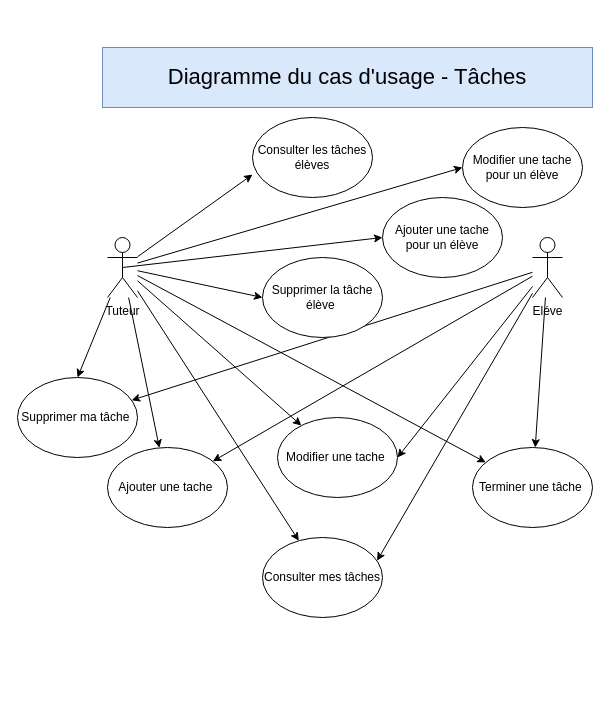
The draw.io diagram page "Tâches" (4 of 5) of P10Uml.drawio in tetyanachouteau/P10LHome, before the edit. Source tidied: cells renumbered, new cells numbered last; positions are measured from the earlier drawing's top-left corner, leaving out a move shared by most shapes. Both pictures are drawn from the tidied source at 100%, with x=0, y=0 at pixel (17, 47).
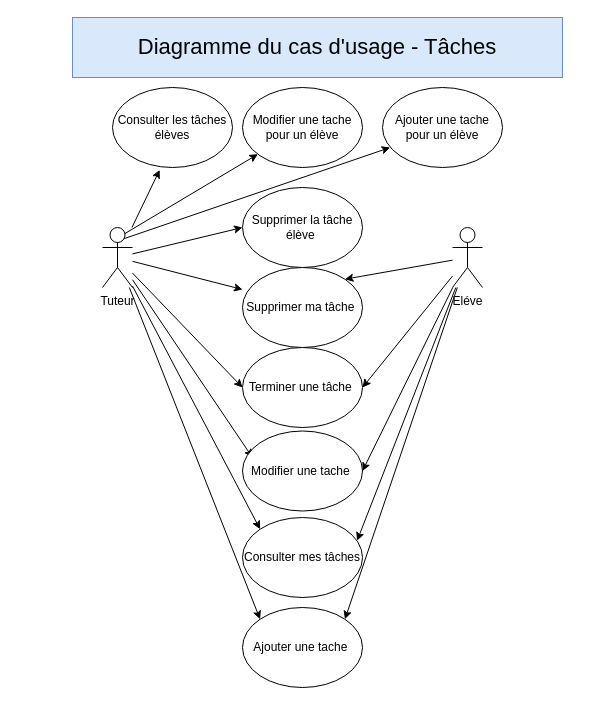
After the change.

The edit, as a diff of the source:
```diff
@@
-    <mxCell id="2" style="rounded=0;jettySize=auto;html=1;" parent="1" edge="1" source="11" target="18">
+    <mxCell id="2" style="rounded=0;jettySize=auto;html=1;entryX=0;entryY=0;entryDx=0;entryDy=0;" parent="1" edge="1" source="11" target="18">
       <mxGeometry relative="1" as="geometry" />
     </mxCell>
-    <mxCell id="3" style="rounded=0;jettySize=auto;html=1;" parent="1" edge="1" source="11" target="21">
+    <mxCell id="3" style="rounded=0;jettySize=auto;html=1;entryX=0;entryY=0;entryDx=0;entryDy=0;" parent="1" edge="1" source="11" target="21">
       <mxGeometry relative="1" as="geometry" />
     </mxCell>
-    <mxCell id="4" style="rounded=0;jettySize=auto;html=1;entryX=0.5;entryY=0;entryDx=0;entryDy=0;" parent="1" edge="1" source="11" target="22">
+    <mxCell id="4" style="rounded=0;jettySize=auto;html=1;entryX=0;entryY=0.275;entryDx=0;entryDy=0;entryPerimeter=0;" parent="1" edge="1" source="11" target="22">
       <mxGeometry relative="1" as="geometry" />
     </mxCell>
-    <mxCell id="5" style="rounded=0;jettySize=auto;html=1;entryX=0;entryY=0.5;entryDx=0;entryDy=0;exitX=0.5;exitY=0.5;exitDx=0;exitDy=0;exitPerimeter=0;" parent="1" edge="1" source="11" target="19">
-      <mxGeometry relative="1" as="geometry" />
+    <mxCell id="5" style="rounded=0;orthogonalLoop=1;jettySize=auto;html=1;entryX=0;entryY=1;entryDx=0;entryDy=0;" parent="1" edge="1">
+      <mxGeometry relative="1" as="geometry">
+        <mxPoint x="105" y="191.7" as="sourcePoint" />
+        <mxPoint x="372.6" y="100" as="targetPoint" />
+      </mxGeometry>
     </mxCell>
-    <mxCell id="6" style="rounded=0;jettySize=auto;html=1;" parent="1" edge="1" source="11" target="20">
+    <mxCell id="6" style="rounded=0;jettySize=auto;html=1;entryX=0;entryY=0.5;entryDx=0;entryDy=0;" parent="1" edge="1" source="11" target="20">
       <mxGeometry relative="1" as="geometry" />
     </mxCell>
@@
-    <mxCell id="8" style="edgeStyle=none;rounded=0;jettySize=auto;html=1;entryX=0;entryY=0.713;entryDx=0;entryDy=0;entryPerimeter=0;" parent="1" edge="1" source="11" target="23">
+    <mxCell id="8" style="edgeStyle=none;rounded=0;jettySize=auto;html=1;entryX=0.393;entryY=1.03;entryDx=0;entryDy=0;entryPerimeter=0;" parent="1" edge="1" source="11" target="23">
       <mxGeometry relative="1" as="geometry" />
     </mxCell>
-    <mxCell id="9" style="rounded=0;jettySize=auto;html=1;entryX=0;entryY=0.5;entryDx=0;entryDy=0;" parent="1" edge="1" source="11" target="26">
+    <mxCell id="9" style="rounded=0;jettySize=auto;html=1;exitX=0.75;exitY=0.1;exitDx=0;exitDy=0;exitPerimeter=0;" parent="1" edge="1" source="11" target="26">
       <mxGeometry relative="1" as="geometry" />
     </mxCell>
-    <mxCell id="10" style="rounded=0;jettySize=auto;html=1;" parent="1" edge="1" source="11" target="27">
+    <mxCell id="10" style="rounded=0;jettySize=auto;html=1;entryX=0.083;entryY=0.331;entryDx=0;entryDy=0;entryPerimeter=0;" parent="1" edge="1" source="11" target="27">
       <mxGeometry relative="1" as="geometry" />
     </mxCell>
     <mxCell id="11" value="Tuteur" style="shape=umlActor;verticalLabelPosition=bottom;verticalAlign=top;html=1;outlineConnect=0;" parent="1" vertex="1">
-      <mxGeometry x="90" y="190" width="30" height="60" as="geometry" />
+      <mxGeometry x="85" y="180" width="30" height="60" as="geometry" />
     </mxCell>
-    <mxCell id="12" style="edgeStyle=none;rounded=0;jettySize=auto;html=1;" parent="1" edge="1" source="17" target="22">
+    <mxCell id="12" style="edgeStyle=none;rounded=0;jettySize=auto;html=1;entryX=1;entryY=0;entryDx=0;entryDy=0;" parent="1" edge="1" source="17" target="22">
       <mxGeometry relative="1" as="geometry" />
     </mxCell>
-    <mxCell id="13" style="edgeStyle=none;rounded=0;jettySize=auto;html=1;" parent="1" edge="1" source="17" target="18">
+    <mxCell id="13" style="edgeStyle=none;rounded=0;jettySize=auto;html=1;entryX=1;entryY=0;entryDx=0;entryDy=0;" parent="1" edge="1" source="17" target="18">
       <mxGeometry relative="1" as="geometry" />
     </mxCell>
@@
-    <mxCell id="15" style="edgeStyle=none;rounded=0;jettySize=auto;html=1;" parent="1" edge="1" source="17" target="20">
+    <mxCell id="15" style="edgeStyle=none;rounded=0;jettySize=auto;html=1;entryX=1;entryY=0.5;entryDx=0;entryDy=0;" parent="1" edge="1" source="17" target="20">
       <mxGeometry relative="1" as="geometry" />
     </mxCell>
@@
     <mxCell id="17" value="Eléve" style="shape=umlActor;verticalLabelPosition=bottom;verticalAlign=top;html=1;outlineConnect=0;" parent="1" vertex="1">
-      <mxGeometry x="515" y="190" width="30" height="60" as="geometry" />
+      <mxGeometry x="435" y="180" width="30" height="60" as="geometry" />
     </mxCell>
     <mxCell id="18" value="Ajouter une tache&amp;nbsp;" style="ellipse;whiteSpace=wrap;html=1;" parent="1" vertex="1">
-      <mxGeometry x="90" y="400" width="120" height="80" as="geometry" />
+      <mxGeometry x="225" y="560" width="120" height="80" as="geometry" />
     </mxCell>
     <mxCell id="19" value="Ajouter une tache pour un élève" style="ellipse;whiteSpace=wrap;html=1;" parent="1" vertex="1">
-      <mxGeometry x="365" y="150" width="120" height="80" as="geometry" />
+      <mxGeometry x="365" y="40" width="120" height="80" as="geometry" />
     </mxCell>
     <mxCell id="20" value="Terminer une tâche&amp;nbsp;" style="ellipse;whiteSpace=wrap;html=1;" parent="1" vertex="1">
-      <mxGeometry x="455" y="400" width="120" height="80" as="geometry" />
+      <mxGeometry x="225" y="300" width="120" height="80" as="geometry" />
     </mxCell>
     <mxCell id="21" value="Consulter mes tâches" style="ellipse;whiteSpace=wrap;html=1;" parent="1" vertex="1">
-      <mxGeometry x="245" y="490" width="120" height="80" as="geometry" />
+      <mxGeometry x="225" y="470" width="120" height="80" as="geometry" />
     </mxCell>
     <mxCell id="22" value="Supprimer ma tâche&amp;nbsp;" style="ellipse;whiteSpace=wrap;html=1;" parent="1" vertex="1">
-      <mxGeometry y="330" width="120" height="80" as="geometry" />
+      <mxGeometry x="225" y="220" width="120" height="80" as="geometry" />
     </mxCell>
     <mxCell id="23" value="Consulter les tâches élèves" style="ellipse;whiteSpace=wrap;html=1;" parent="1" vertex="1">
-      <mxGeometry x="235" y="70" width="120" height="80" as="geometry" />
+      <mxGeometry x="95" y="40" width="120" height="80" as="geometry" />
     </mxCell>
-    <mxCell id="24" value="Supprimer la tâche élève&amp;nbsp;" style="ellipse;whiteSpace=wrap;html=1;" parent="1" vertex="1">
-      <mxGeometry x="245" y="210" width="120" height="80" as="geometry" />
-    </mxCell>
@@
     <mxCell id="26" value="Modifier une tache pour un élève" style="ellipse;whiteSpace=wrap;html=1;" parent="1" vertex="1">
-      <mxGeometry x="445" y="80" width="120" height="80" as="geometry" />
+      <mxGeometry x="225" y="40" width="120" height="80" as="geometry" />
     </mxCell>
     <mxCell id="27" value="Modifier une tache&amp;nbsp;" style="ellipse;whiteSpace=wrap;html=1;" parent="1" vertex="1">
-      <mxGeometry x="260" y="370" width="120" height="80" as="geometry" />
+      <mxGeometry x="225" y="383.5" width="120" height="80" as="geometry" />
     </mxCell>
     <mxCell id="28" value="&lt;font style=&quot;font-size: 22px;&quot;&gt;Diagramme du cas d'usage - Tâches&lt;/font&gt;" style="rounded=0;whiteSpace=wrap;html=1;fillColor=#dae8fc;strokeColor=#6c8ebf;" parent="1" vertex="1">
-      <mxGeometry x="85" width="490" height="60" as="geometry" />
+      <mxGeometry x="55" y="-30" width="490" height="60" as="geometry" />
     </mxCell>
+    <mxCell id="24" value="Supprimer la tâche élève&amp;nbsp;" style="ellipse;whiteSpace=wrap;html=1;" parent="1" vertex="1">
+      <mxGeometry x="225" y="140" width="120" height="80" as="geometry" />
+    </mxCell>
```
